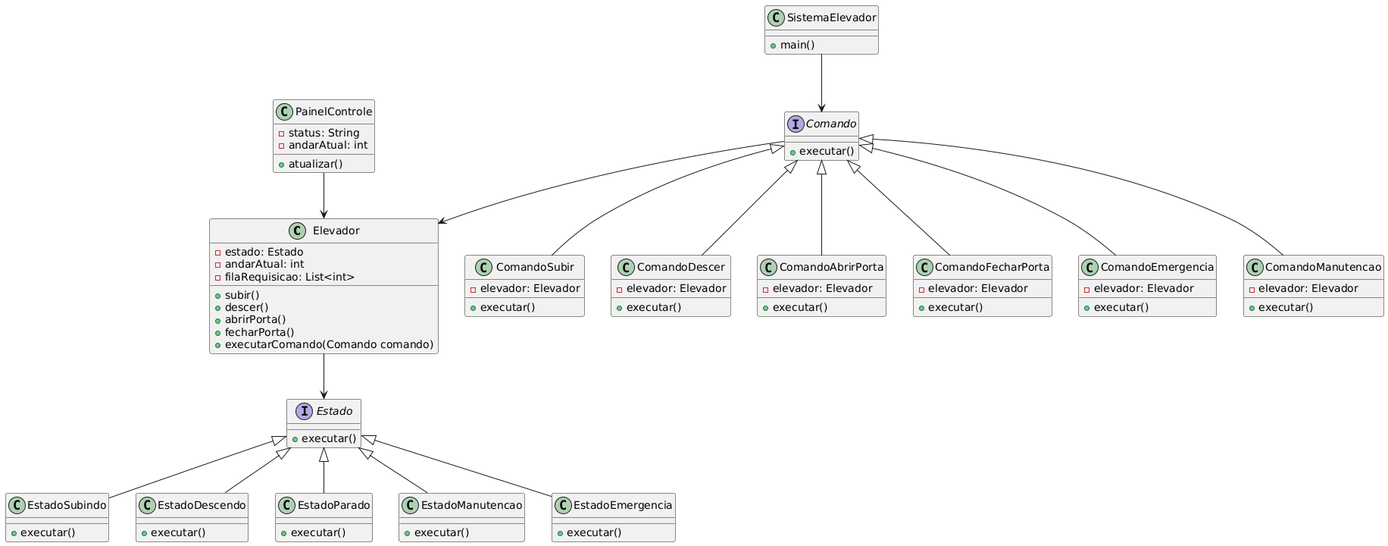
This is DC03.png from mukslima/Elevador, a PlantUML export, as it was before one commit. Its diagram source:
```plantuml
@startuml
class Elevador {
  - estado: Estado
  - andarAtual: int
  - filaRequisicao: List<int>
  + subir()
  + descer()
  + abrirPorta()
  + fecharPorta()
  + executarComando(Comando comando)
}

class PainelControle {
  - status: String
  - andarAtual: int
  + atualizar()
}

interface Estado {
  + executar()
}

class EstadoSubindo {
  + executar()
}

class EstadoDescendo {
  + executar()
}

class EstadoParado {
  + executar()
}

class EstadoManutencao {
  + executar()
}

class EstadoEmergencia {
  + executar()
}

interface Comando {
  + executar()
}

class ComandoSubir {
  + executar()
  - elevador: Elevador
}

class ComandoDescer {
  + executar()
  - elevador: Elevador
}

class ComandoAbrirPorta {
  + executar()
  - elevador: Elevador
}

class ComandoFecharPorta {
  + executar()
  - elevador: Elevador
}

class ComandoEmergencia {
  + executar()
  - elevador: Elevador
}

class ComandoManutencao {
  + executar()
  - elevador: Elevador
}

class SistemaElevador {
  + main()
}

Elevador --> Estado
Estado <|-- EstadoSubindo
Estado <|-- EstadoDescendo
Estado <|-- EstadoParado
Estado <|-- EstadoManutencao
Estado <|-- EstadoEmergencia

PainelControle --> Elevador

Comando <|-- ComandoSubir
Comando <|-- ComandoDescer
Comando <|-- ComandoAbrirPorta
Comando <|-- ComandoFecharPorta
Comando <|-- ComandoEmergencia
Comando <|-- ComandoManutencao
Comando --> Elevador

SistemaElevador --> Comando
@enduml
```
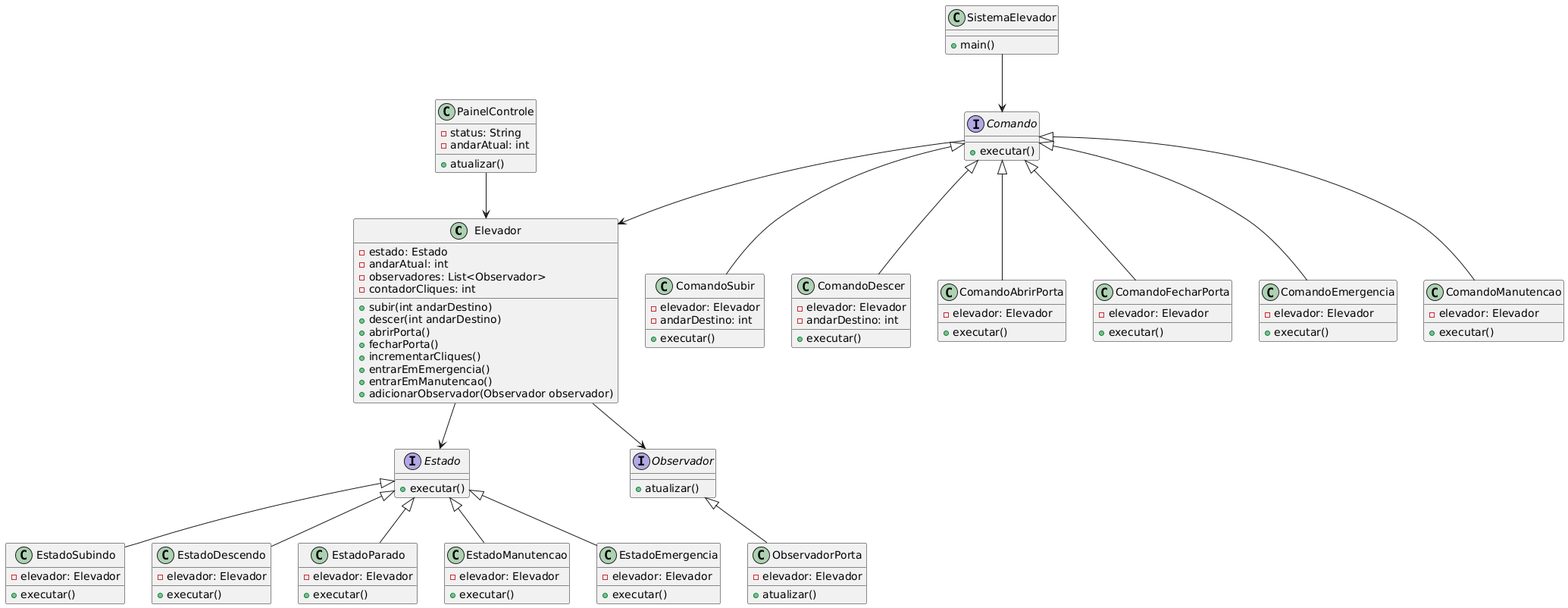
Above is the later version.

Commit message:
feat: update diagrama de classe

Change to the diagram source:
```diff
@@ -2,12 +2,16 @@
 class Elevador {
   - estado: Estado
   - andarAtual: int
-  - filaRequisicao: List<int>
-  + subir()
-  + descer()
+  - observadores: List<Observador>
+  - contadorCliques: int
+  + subir(int andarDestino)
+  + descer(int andarDestino)
   + abrirPorta()
   + fecharPorta()
-  + executarComando(Comando comando)
+  + incrementarCliques()
+  + entrarEmEmergencia()
+  + entrarEmManutencao()
+  + adicionarObservador(Observador observador)
 }
 
 class PainelControle {
@@ -22,22 +26,27 @@
 
 class EstadoSubindo {
   + executar()
+  - elevador: Elevador
 }
 
 class EstadoDescendo {
   + executar()
+  - elevador: Elevador
 }
 
 class EstadoParado {
   + executar()
+  - elevador: Elevador
 }
 
 class EstadoManutencao {
   + executar()
+  - elevador: Elevador
 }
 
 class EstadoEmergencia {
   + executar()
+  - elevador: Elevador
 }
 
 interface Comando {
@@ -47,11 +56,13 @@
 class ComandoSubir {
   + executar()
   - elevador: Elevador
+  - andarDestino: int
 }
 
 class ComandoDescer {
   + executar()
   - elevador: Elevador
+  - andarDestino: int
 }
 
 class ComandoAbrirPorta {
@@ -78,6 +89,18 @@
   + main()
 }
 
+interface Observador {
+  + atualizar()
+}
+
+class ObservadorPorta {
+  + atualizar()
+  - elevador: Elevador
+}
+
+Elevador --> Observador
+Observador <|-- ObservadorPorta
+
 Elevador --> Estado
 Estado <|-- EstadoSubindo
 Estado <|-- EstadoDescendo
```
